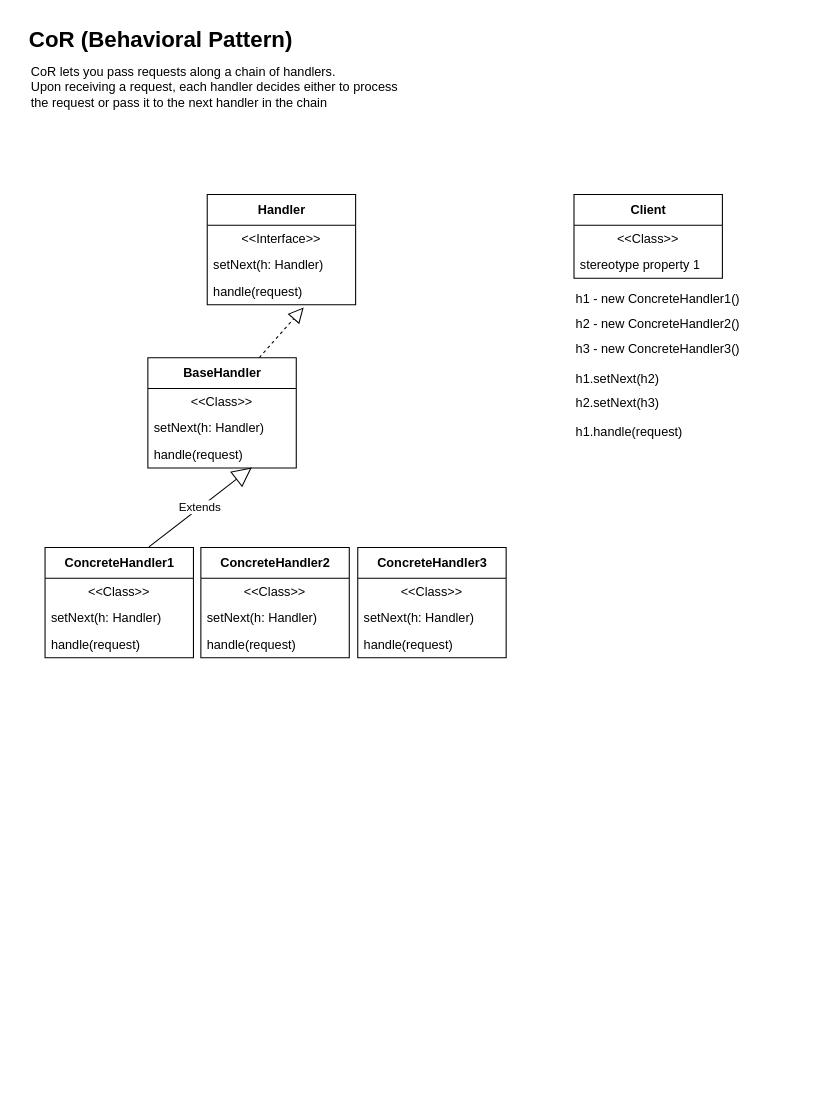
Above: page "Chain of Responsibility" (19 of 19) of design-patterns.drawio in p-killer/Boa-Design-Pattern (draw.io), before the change. Source tidied: cells renumbered, new cells numbered last; positions are measured from the earlier drawing's top-left corner, leaving out a move shared by most shapes. Both pictures are drawn from the tidied source at 106%, with x=0, y=0 at pixel (18, 18).
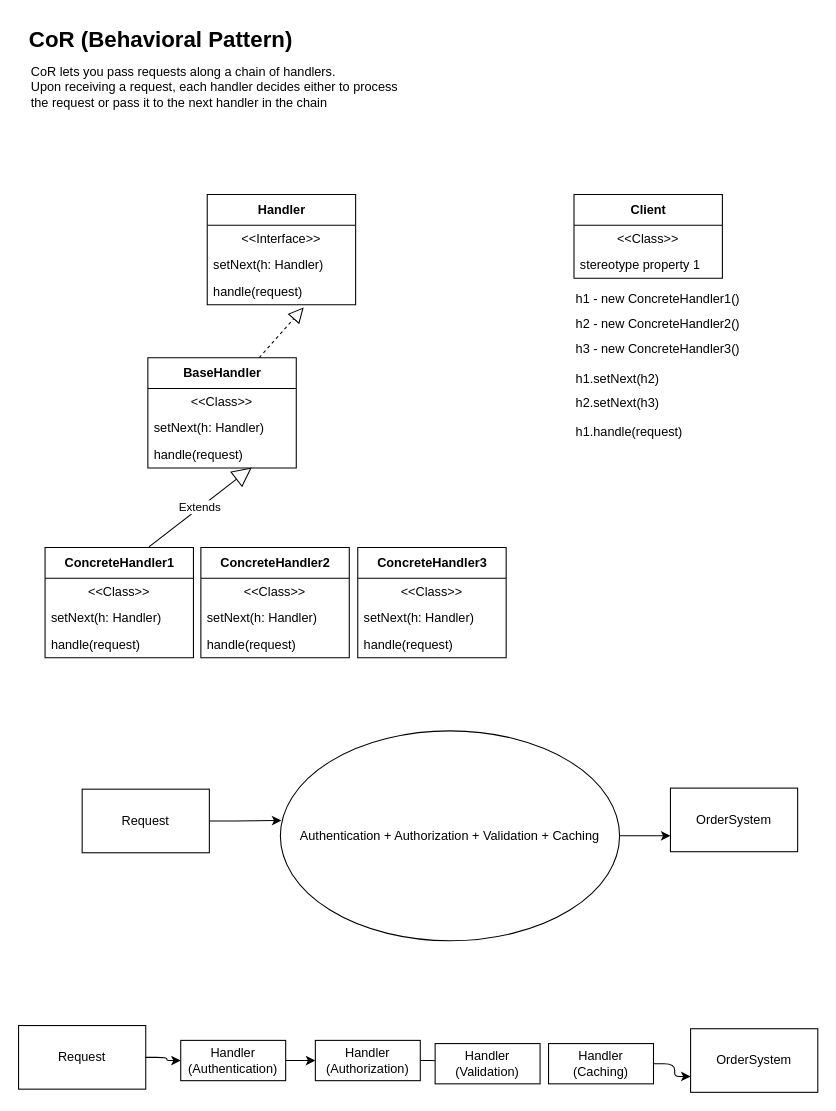
Above is the later version.

Diff of the diagram source:
```diff
@@
+    <mxCell id="36" style="edgeStyle=orthogonalEdgeStyle;rounded=1;jettySize=auto;html=1;entryX=0.003;entryY=0.427;entryDx=0;entryDy=0;entryPerimeter=0;" parent="1" edge="1" source="37" target="39">
+      <mxGeometry relative="1" as="geometry" />
+    </mxCell>
+    <mxCell id="37" value="Request" style="rounded=0;whiteSpace=wrap;html=1;" parent="1" vertex="1">
+      <mxGeometry x="60" y="727" width="120" height="60" as="geometry" />
+    </mxCell>
+    <mxCell id="38" style="edgeStyle=orthogonalEdgeStyle;rounded=1;jettySize=auto;html=1;entryX=0;entryY=0.75;entryDx=0;entryDy=0;" parent="1" edge="1" source="39" target="40">
+      <mxGeometry relative="1" as="geometry" />
+    </mxCell>
+    <mxCell id="39" value="Authentication + Authorization + Validation + Caching" style="ellipse;whiteSpace=wrap;html=1;" parent="1" vertex="1">
+      <mxGeometry x="247" y="672" width="320" height="198" as="geometry" />
+    </mxCell>
+    <mxCell id="40" value="OrderSystem" style="rounded=0;whiteSpace=wrap;html=1;" parent="1" vertex="1">
+      <mxGeometry x="615" y="726" width="120" height="60" as="geometry" />
+    </mxCell>
+    <mxCell id="41" style="edgeStyle=orthogonalEdgeStyle;rounded=1;jettySize=auto;html=1;entryX=0;entryY=0.5;entryDx=0;entryDy=0;" parent="1" edge="1" source="42" target="44">
+      <mxGeometry relative="1" as="geometry" />
+    </mxCell>
+    <mxCell id="42" value="Request" style="rounded=0;whiteSpace=wrap;html=1;" parent="1" vertex="1">
+      <mxGeometry y="950" width="120" height="60" as="geometry" />
+    </mxCell>
+    <mxCell id="43" style="edgeStyle=orthogonalEdgeStyle;rounded=1;jettySize=auto;html=1;" parent="1" edge="1" source="44" target="46">
+      <mxGeometry relative="1" as="geometry" />
+    </mxCell>
+    <mxCell id="44" value="Handler&lt;br&gt;(Authentication)" style="rounded=0;whiteSpace=wrap;html=1;" parent="1" vertex="1">
+      <mxGeometry x="153" y="964" width="99" height="38" as="geometry" />
+    </mxCell>
+    <mxCell id="45" style="edgeStyle=orthogonalEdgeStyle;rounded=1;jettySize=auto;html=1;entryX=0;entryY=0.5;entryDx=0;entryDy=0;" parent="1" edge="1" source="46" target="47">
+      <mxGeometry relative="1" as="geometry" />
+    </mxCell>
+    <mxCell id="46" value="Handler&lt;br&gt;(Authorization)" style="rounded=0;whiteSpace=wrap;html=1;" parent="1" vertex="1">
+      <mxGeometry x="280" y="964" width="99" height="38" as="geometry" />
+    </mxCell>
+    <mxCell id="47" value="Handler&lt;br&gt;(Validation)" style="rounded=0;whiteSpace=wrap;html=1;" parent="1" vertex="1">
+      <mxGeometry x="393" y="967" width="99" height="38" as="geometry" />
+    </mxCell>
+    <mxCell id="48" value="OrderSystem" style="rounded=0;whiteSpace=wrap;html=1;" parent="1" vertex="1">
+      <mxGeometry x="634" y="953" width="120" height="60" as="geometry" />
+    </mxCell>
+    <mxCell id="49" style="edgeStyle=orthogonalEdgeStyle;rounded=1;jettySize=auto;html=1;entryX=0;entryY=0.75;entryDx=0;entryDy=0;" parent="1" edge="1" source="50" target="48">
+      <mxGeometry relative="1" as="geometry" />
+    </mxCell>
+    <mxCell id="50" value="Handler&lt;br&gt;(Caching)" style="rounded=0;whiteSpace=wrap;html=1;" parent="1" vertex="1">
+      <mxGeometry x="500" y="967" width="99" height="38" as="geometry" />
+    </mxCell>
```
